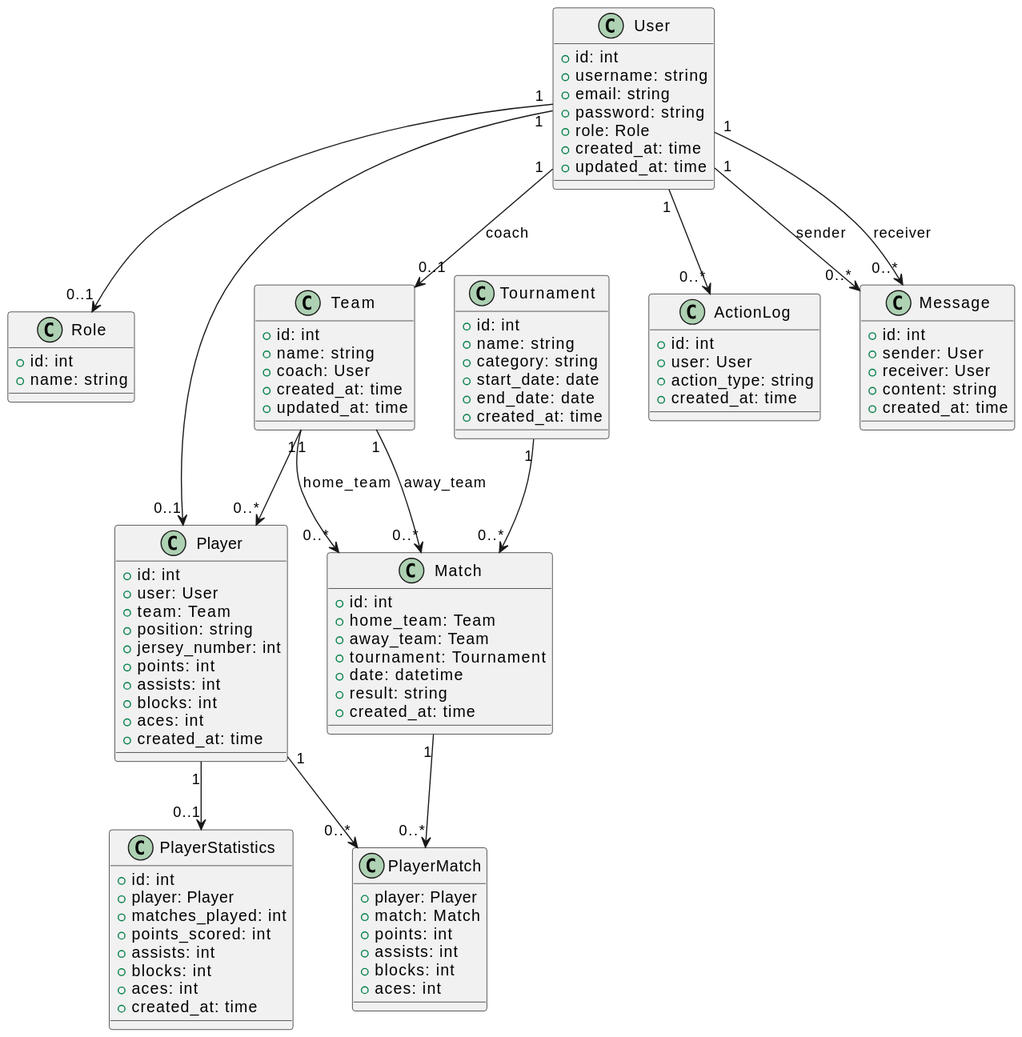
This is plantuml.svg from vanya-avdoshko/MDISUBD_Avdoshko, a PlantUML export, as it was before one commit.
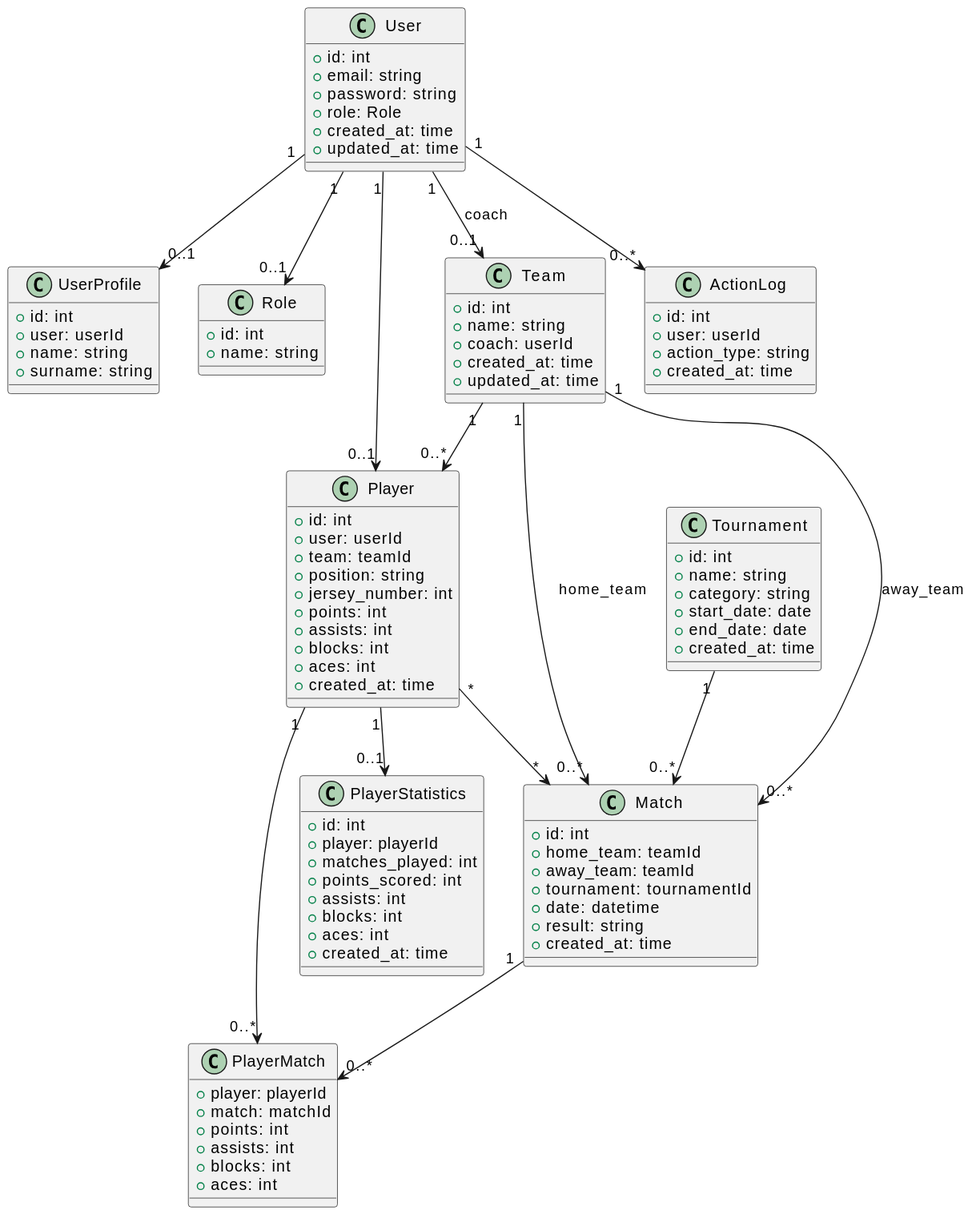
After the commit.

Change to the diagram source:
```diff
@@ -1,12 +1,18 @@
 @startuml
 class User {
   +id: int
-  +username: string
   +email: string
   +password: string
   +role: Role
   +created_at: time
   +updated_at: time
+}
+
+class UserProfile {
+  +id: int
+  +user: userId
+  +name: string
+  +surname: string
 }
 
 class Role {
@@ -17,15 +23,15 @@
 class Team {
   +id: int
   +name: string
-  +coach: User
+  +coach: userId
   +created_at: time
   +updated_at: time
 }
 
 class Player {
   +id: int
-  +user: User
-  +team: Team
+  +user: userId
+  +team: teamId
   +position: string
   +jersey_number: int
   +points: int
@@ -46,17 +52,17 @@
 
 class Match {
   +id: int
-  +home_team: Team
-  +away_team: Team
-  +tournament: Tournament
+  +home_team: teamId
+  +away_team: teamId
+  +tournament: tournamentId
   +date: datetime
   +result: string
   +created_at: time
 }
 
 class PlayerMatch {
-  +player: Player
-  +match: Match
+  +player: playerId
+  +match: matchId
   +points: int
   +assists: int
   +blocks: int
@@ -65,7 +71,7 @@
 
 class PlayerStatistics {
   +id: int
-  +player: Player
+  +player: playerId
   +matches_played: int
   +points_scored: int
   +assists: int
@@ -76,26 +82,19 @@
 
 class ActionLog {
   +id: int
-  +user: User
+  +user: userId
   +action_type: string
   +created_at: time
 }
 
-class Message {
-  +id: int
-  +sender: User
-  +receiver: User
-  +content: string
-  +created_at: time
-}
 
+User "1" --> "0..1" UserProfile
 User "1" --> "0..1" Role
 User "1" --> "0..*" ActionLog
-User "1" --> "0..*" Message : sender
-User "1" --> "0..*" Message : receiver
 User "1" --> "0..1" Player
 User "1" --> "0..1" Team : coach
 Team "1" --> "0..*" Player
+Player "*" --> "*" Match
 Tournament "1" --> "0..*" Match
 Team "1" --> "0..*" Match : home_team
 Team "1" --> "0..*" Match : away_team
```
